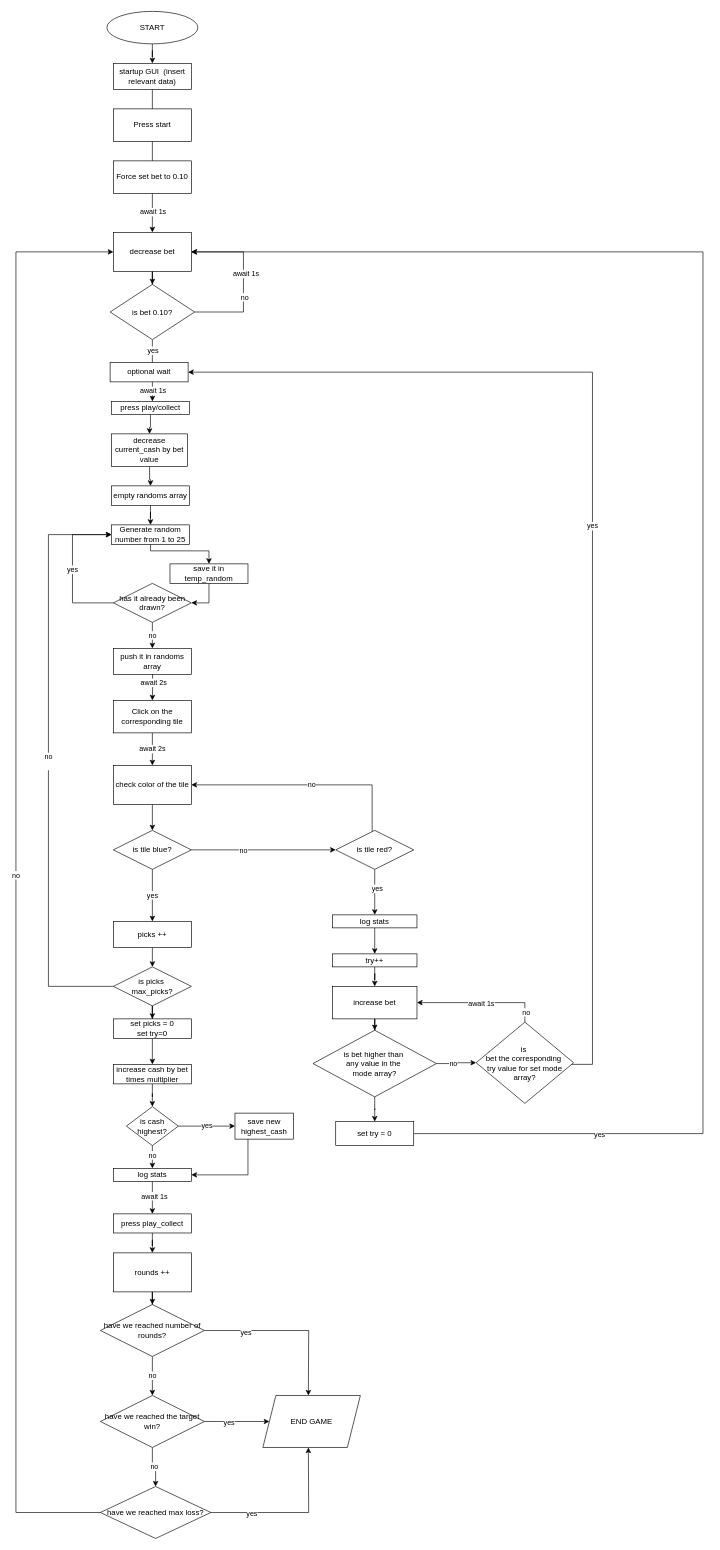
This is Diagramma senza titolo.drawio from RaveTheN/Gratta-e-vinci, a draw.io file, before an edit. Source tidied: cells renumbered, new cells numbered last; positions are measured from the earlier drawing's top-left corner, leaving out a move shared by most shapes. Both pictures are drawn from the tidied source at 65%, with x=0, y=0 at pixel (16, 11).
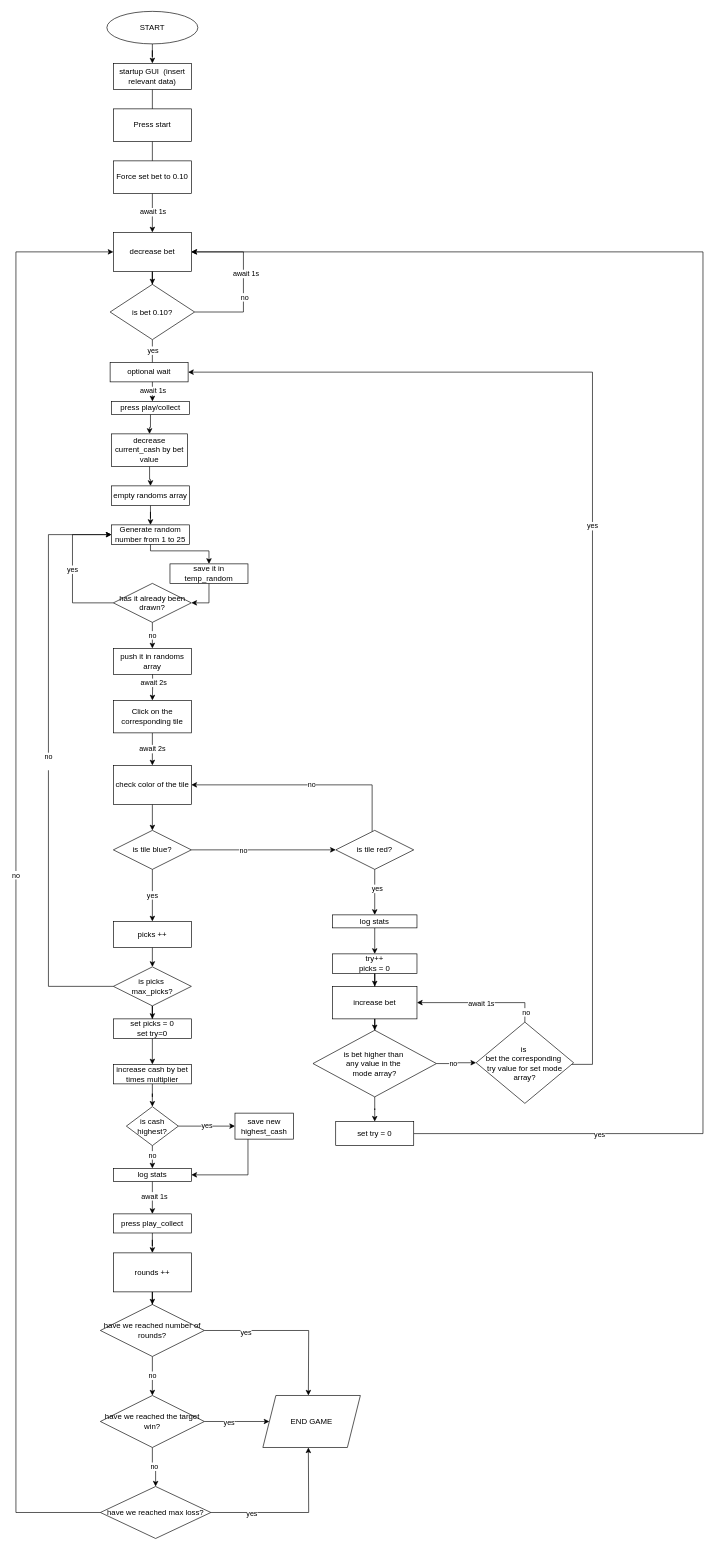
The same page after the edit.

The edit, as a diff of the source:
```diff
@@
-    <mxCell id="94" value="try++" style="rounded=0;whiteSpace=wrap;html=1;" parent="1" vertex="1">
-      <mxGeometry x="487" y="1450" width="130" height="20" as="geometry" />
+    <mxCell id="94" value="try++&lt;div&gt;picks = 0&lt;/div&gt;" style="rounded=0;whiteSpace=wrap;html=1;" parent="1" vertex="1">
+      <mxGeometry x="487" y="1450" width="130" height="30" as="geometry" />
     </mxCell>
```
